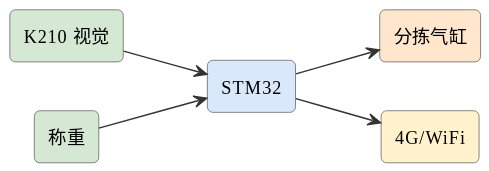
This is assets/diagrams/ideas-fig74.svg from mingyi0818/IntelligentMcuCourse, a PlantUML export, as it was before one commit.
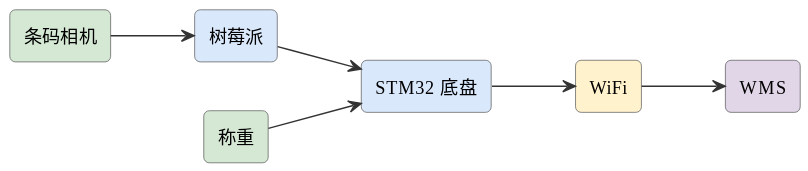
The same diagram one commit later.

What changed in the source:
```diff
@@ -6,13 +6,15 @@
 skinparam arrowFontSize 11
 skinparam arrowColor #333
 left to right direction
-rectangle "K210 视觉" as cam #d5e8d4
+rectangle "条码相机" as cam #d5e8d4
+rectangle "树莓派" as pi #dae8fc
+rectangle "STM32 底盘" as stm #dae8fc
 rectangle "称重" as w #d5e8d4
-rectangle "STM32" as stm #dae8fc
-rectangle "分拣气缸" as sort #ffe6cc
-rectangle "4G/WiFi" as net #fff2cc
-cam --> stm
+rectangle "WiFi" as net #fff2cc
+rectangle "WMS" as cloud #e1d5e8
+cam --> pi
+pi --> stm
 w --> stm
-stm --> sort
 stm --> net
+net --> cloud
 @enduml
```
